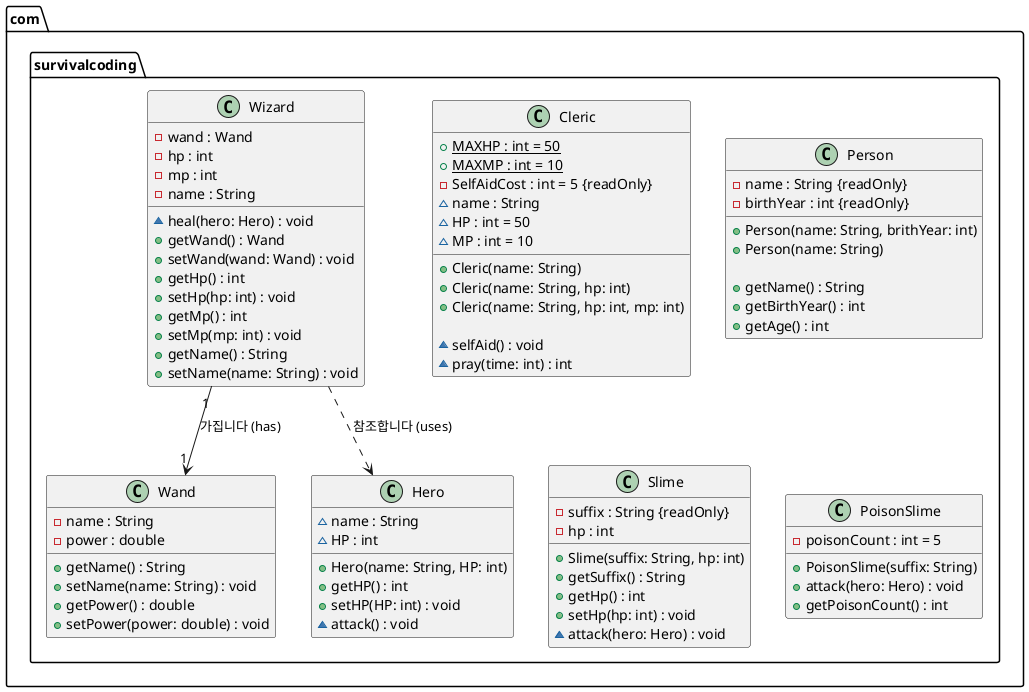
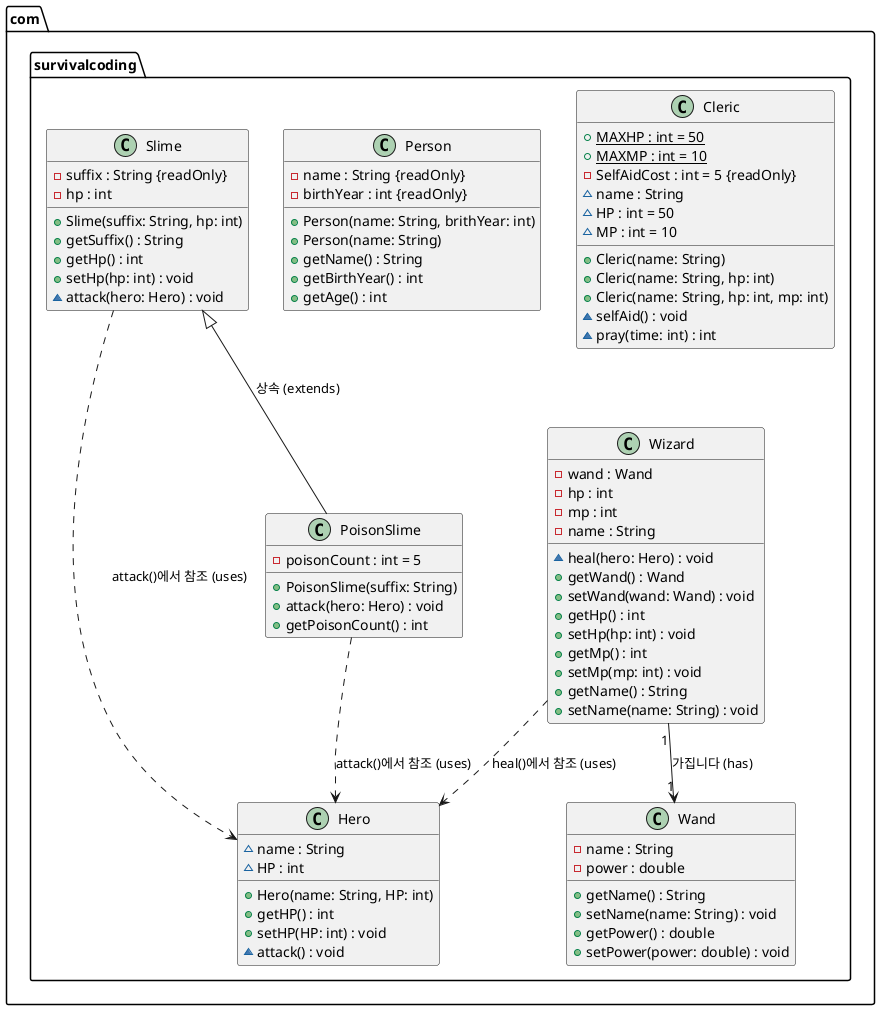
@startuml
package com.survivalcoding {
- class Cleric {
-     {static} +MAXHP : int = 50
-     {static} +MAXMP : int = 10
-     -SelfAidCost : int = 5 {readOnly}
-     ~name : String
-     ~HP : int = 50
-     ~MP : int = 10

-     +Cleric(name: String)
-     +Cleric(name: String, hp: int)
-     +Cleric(name: String, hp: int, mp: int)
+     class Cleric {
+         {static} +MAXHP : int = 50
+         {static} +MAXMP : int = 10
+         -SelfAidCost : int = 5 {readOnly}
+         ~name : String
+         ~HP : int = 50
+         ~MP : int = 10
+         +Cleric(name: String)
+         +Cleric(name: String, hp: int)
+         +Cleric(name: String, hp: int, mp: int)
+         ~selfAid() : void
+         ~pray(time: int) : int
+     }

-     ~selfAid() : void
-     ~pray(time: int) : int
- }
- class Person {
-     -name : String {readOnly}
-     -birthYear : int {readOnly}
+     class Person {
+         -name : String {readOnly}
+         -birthYear : int {readOnly}
+         +Person(name: String, brithYear: int)
+         +Person(name: String)
+         +getName() : String
+         +getBirthYear() : int
+         +getAge() : int
+     }

-     +Person(name: String, brithYear: int)
-     +Person(name: String)
+     class Wand {
+         -name : String
+         -power : double
+         +getName() : String
+         +setName(name: String) : void
+         +getPower() : double
+         +setPower(power: double) : void
+     }

-     +getName() : String
-     +getBirthYear() : int
-     +getAge() : int
- }
- class Wand {
-     -name : String
-     -power : double
+     class Wizard {
+         -wand : Wand
+         -hp : int
+         -mp : int
+         -name : String
+         ~heal(hero: Hero) : void
+         +getWand() : Wand
+         +setWand(wand: Wand) : void
+         +getHp() : int
+         +setHp(hp: int) : void
+         +getMp() : int
+         +setMp(mp: int) : void
+         +getName() : String
+         +setName(name: String) : void
+     }

-     +getName() : String
-     +setName(name: String) : void
-     +getPower() : double
-     +setPower(power: double) : void
- }
- class Wizard {
-     -wand : Wand
-     -hp : int
-     -mp : int
-     -name : String
+     class Hero {
+         ~name : String
+         ~HP : int
+         +Hero(name: String, HP: int)
+         +getHP() : int
+         +setHP(HP: int) : void
+         ~attack() : void
+     }

-     ~heal(hero: Hero) : void
-     +getWand() : Wand
-     +setWand(wand: Wand) : void
-     +getHp() : int
-     +setHp(hp: int) : void
-     +getMp() : int
-     +setMp(mp: int) : void
-     +getName() : String
-     +setName(name: String) : void
- }
- 
- ' 클래스 간의 관계 표현 (선택 사항)
- Wizard "1" --> "1" Wand : 가집니다 (has)
- Wizard ..> Hero : 참조합니다 (uses)
- class Hero {
-     ~name : String
-     ~HP : int
- 
-     +Hero(name: String, HP: int)
-     +getHP() : int
-     +setHP(HP: int) : void
-     ~attack() : void
- }
- class Slime {
+     class Slime {
        -suffix : String {readOnly}
        -hp : int
        +Slime(suffix: String, hp: int)
        +getSuffix() : String
        +getHp() : int
        +setHp(hp: int) : void
        ~attack(hero: Hero) : void
    }

- class PoisonSlime {
+     class PoisonSlime {
        -poisonCount : int = 5
        +PoisonSlime(suffix: String)
        +attack(hero: Hero) : void
        +getPoisonCount() : int
    }
-     }
+ 
+ }
+ 
+ ' ---- 클래스 간의 관계 표현 영역 ----
+ 
+ ' 1. 마법사 관련 관계
+ Wizard "1" --> "1" Wand : 가집니다 (has)
+ Wizard ..> Hero : heal()에서 참조 (uses)
+ 
+ ' 2. 슬라임 관련 관계
+ Slime <|-- PoisonSlime : 상속 (extends)
+ Slime ..> Hero : attack()에서 참조 (uses)
+ PoisonSlime ..> Hero : attack()에서 참조 (uses)
+ 
@enduml